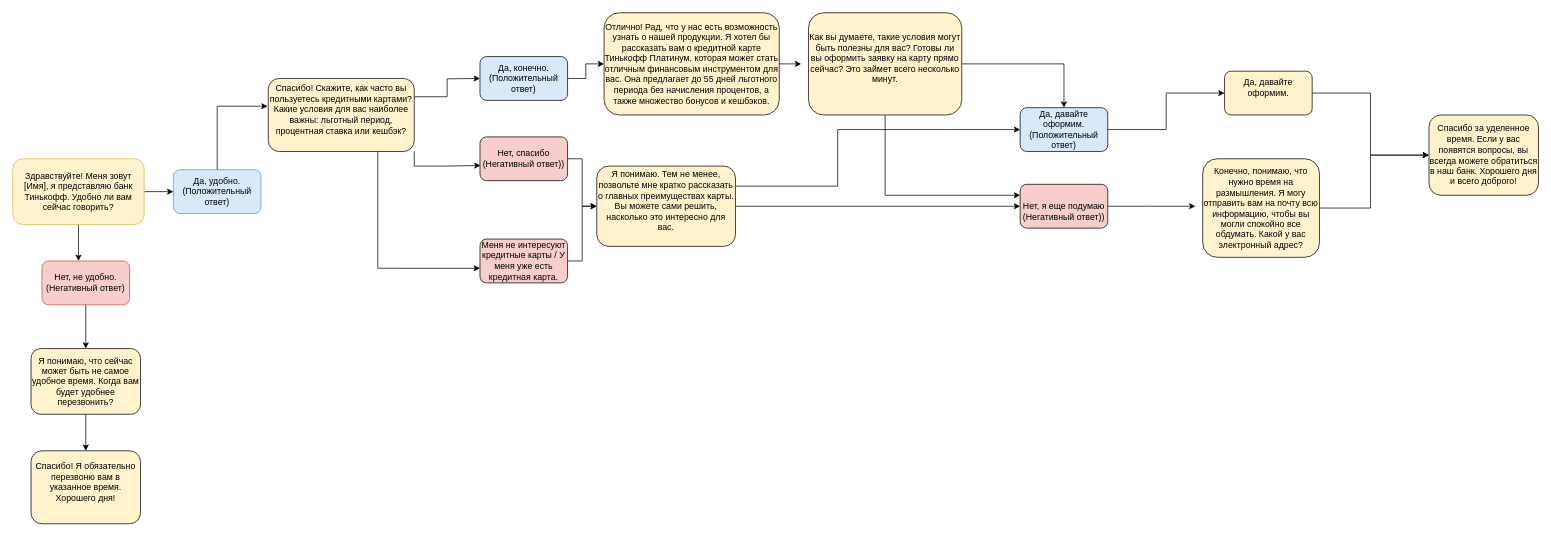
Earlier version of the draw.io diagram Диаграмма без названия.drawio (yuoto13/-.). Source tidied: cells renumbered, new cells numbered last; positions are measured from the earlier drawing's top-left corner, leaving out a move shared by most shapes. Both pictures are drawn from the tidied source at 73%, with x=0, y=0 at pixel (12, 12).
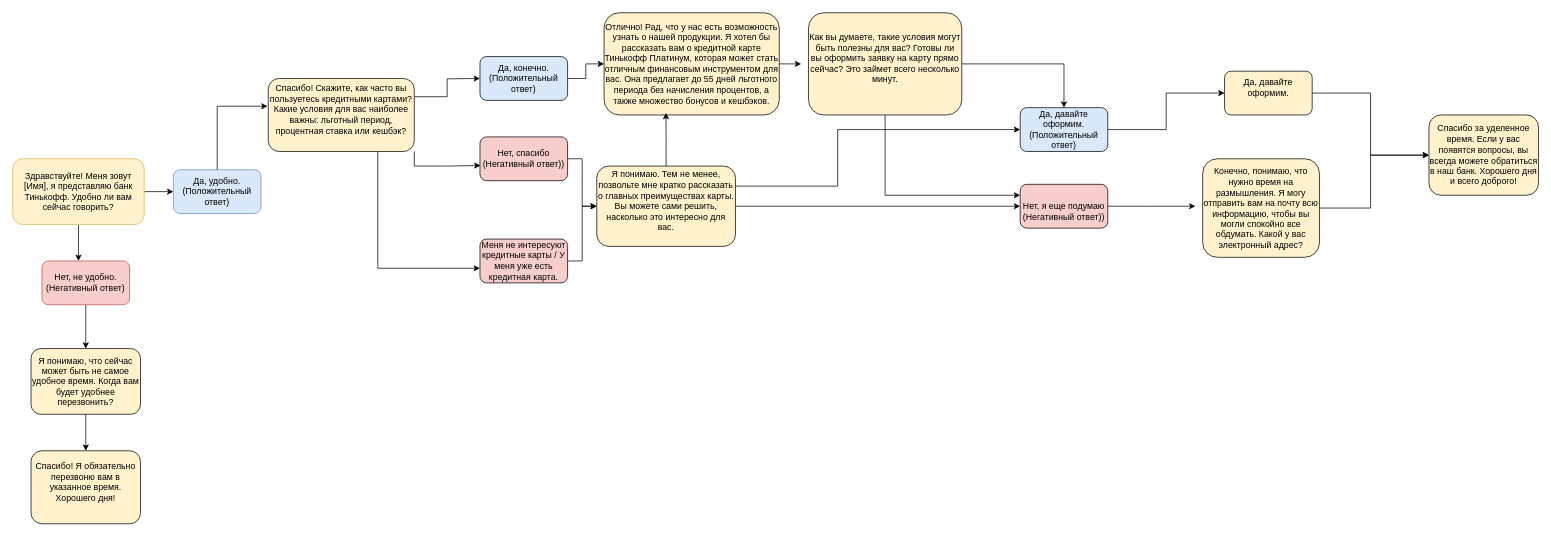
The same diagram, later.

Unchanged cells that the change refers to:
```xml
<mxCell id="12" value="Отлично! Рад, что у нас есть возможность узнать о нашей продукции. Я хотел бы рассказать вам о кредитной карте Тинькофф Платинум, которая может стать отличным финансовым инструментом для вас. Она предлагает до 55 дней льготного периода без начисления процентов, а также множество бонусов и кешбэков." style="rounded=1;whiteSpace=wrap;html=1;fillColor=#FFF2CC;" parent="1" vertex="1">
  <mxGeometry x="810" width="240" height="140" as="geometry" />
</mxCell>
<mxCell id="22" value="&#10;Я понимаю. Тем не менее, позвольте мне кратко рассказать о главных преимуществах карты. Вы можете сами решить, насколько это интересно для вас.&#10;&#10;" style="rounded=1;whiteSpace=wrap;html=1;fillColor=#FFF2CC;" parent="1" vertex="1">
  <mxGeometry x="800" y="210" width="190" height="110" as="geometry" />
</mxCell>
```

What changed in the source:
```diff
@@
+    <mxCell id="40" style="edgeStyle=orthogonalEdgeStyle;rounded=0;jettySize=auto;html=1;exitX=0.5;exitY=0;exitDx=0;exitDy=0;entryX=0.353;entryY=0.98;entryDx=0;entryDy=0;entryPerimeter=0;" parent="1" edge="1" source="22" target="12">
+      <mxGeometry relative="1" as="geometry" />
+    </mxCell>
```
